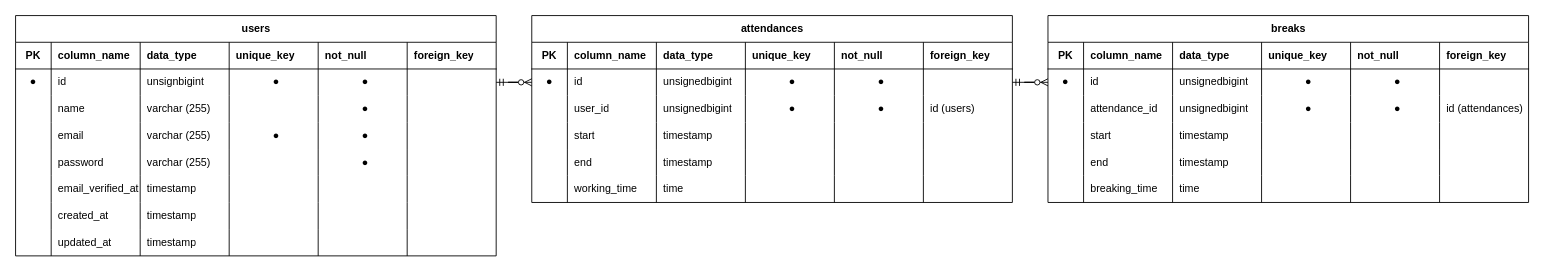
This is ER.drawio from TsuneoHakoyama/Atte, a draw.io file, before an edit. Source tidied: cells renumbered, new cells numbered last; positions are measured from the earlier drawing's top-left corner, leaving out a move shared by most shapes. Both pictures are drawn from the tidied source at 89%, with x=0, y=0 at pixel (15, 15).
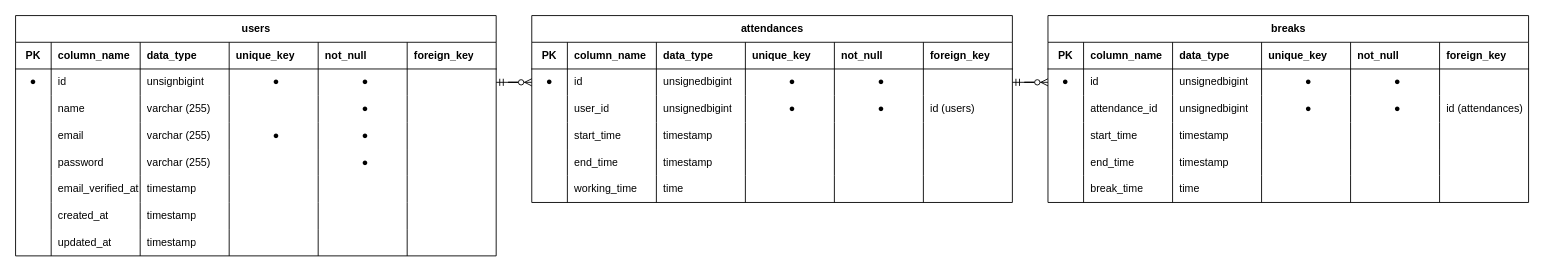
Above is the later version.

Commit message (it also covers changes not shown here):
doc(er): fix column name in attendances table and breaks table

Unchanged cells that the change refers to:
```xml
<mxCell id="81" style="shape=tableRow;horizontal=0;startSize=0;swimlaneHead=0;swimlaneBody=0;fillColor=none;top=0;left=0;right=0;bottom=0;" parent="59" vertex="1">
  <mxGeometry y="120" width="540" height="30" as="geometry" />
</mxCell>
<mxCell id="88" style="shape=tableRow;horizontal=0;startSize=0;swimlaneHead=0;swimlaneBody=0;fillColor=none;top=0;left=0;right=0;bottom=0;" parent="59" vertex="1">
  <mxGeometry y="150" width="540" height="30" as="geometry" />
</mxCell>
<mxCell id="124" style="shape=tableRow;horizontal=0;startSize=0;swimlaneHead=0;swimlaneBody=0;fillColor=none;top=0;left=0;right=0;bottom=0;" parent="102" vertex="1">
  <mxGeometry y="120" width="540" height="30" as="geometry" />
</mxCell>
<mxCell id="131" style="shape=tableRow;horizontal=0;startSize=0;swimlaneHead=0;swimlaneBody=0;fillColor=none;top=0;left=0;right=0;bottom=0;" parent="102" vertex="1">
  <mxGeometry y="150" width="540" height="30" as="geometry" />
</mxCell>
<mxCell id="138" style="shape=tableRow;horizontal=0;startSize=0;swimlaneHead=0;swimlaneBody=0;fillColor=none;top=0;left=0;right=0;bottom=0;" parent="102" vertex="1">
  <mxGeometry y="180" width="540" height="30" as="geometry" />
</mxCell>
```

What changed in the source:
```diff
@@
-    <mxCell id="83" value="start" style="shape=partialRectangle;fillColor=none;top=0;left=0;bottom=0;right=0;align=left;spacingLeft=6;overflow=hidden;whiteSpace=wrap;html=1;" parent="81" vertex="1">
+    <mxCell id="83" value="start_time" style="shape=partialRectangle;fillColor=none;top=0;left=0;bottom=0;right=0;align=left;spacingLeft=6;overflow=hidden;whiteSpace=wrap;html=1;" parent="81" vertex="1">
       <mxGeometry x="40" width="100" height="30" as="geometry" />
     </mxCell>
@@
-    <mxCell id="90" value="end" style="shape=partialRectangle;fillColor=none;top=0;left=0;bottom=0;right=0;align=left;spacingLeft=6;overflow=hidden;whiteSpace=wrap;html=1;" parent="88" vertex="1">
+    <mxCell id="90" value="end_time" style="shape=partialRectangle;fillColor=none;top=0;left=0;bottom=0;right=0;align=left;spacingLeft=6;overflow=hidden;whiteSpace=wrap;html=1;" parent="88" vertex="1">
       <mxGeometry x="40" width="100" height="30" as="geometry" />
     </mxCell>
@@
-    <mxCell id="126" value="start" style="shape=partialRectangle;fillColor=none;top=0;left=0;bottom=0;right=0;align=left;spacingLeft=6;overflow=hidden;whiteSpace=wrap;html=1;" parent="124" vertex="1">
+    <mxCell id="126" value="start_time" style="shape=partialRectangle;fillColor=none;top=0;left=0;bottom=0;right=0;align=left;spacingLeft=6;overflow=hidden;whiteSpace=wrap;html=1;" parent="124" vertex="1">
       <mxGeometry x="40" width="100" height="30" as="geometry" />
     </mxCell>
@@
-    <mxCell id="133" value="end" style="shape=partialRectangle;fillColor=none;top=0;left=0;bottom=0;right=0;align=left;spacingLeft=6;overflow=hidden;whiteSpace=wrap;html=1;" parent="131" vertex="1">
+    <mxCell id="133" value="end_time" style="shape=partialRectangle;fillColor=none;top=0;left=0;bottom=0;right=0;align=left;spacingLeft=6;overflow=hidden;whiteSpace=wrap;html=1;" parent="131" vertex="1">
       <mxGeometry x="40" width="100" height="30" as="geometry" />
     </mxCell>
@@
-    <mxCell id="140" value="breaking_time" style="shape=partialRectangle;fillColor=none;top=0;left=0;bottom=0;right=0;align=left;spacingLeft=6;overflow=hidden;whiteSpace=wrap;html=1;" parent="138" vertex="1">
+    <mxCell id="140" value="break_time" style="shape=partialRectangle;fillColor=none;top=0;left=0;bottom=0;right=0;align=left;spacingLeft=6;overflow=hidden;whiteSpace=wrap;html=1;" parent="138" vertex="1">
       <mxGeometry x="40" width="100" height="30" as="geometry" />
     </mxCell>
```
